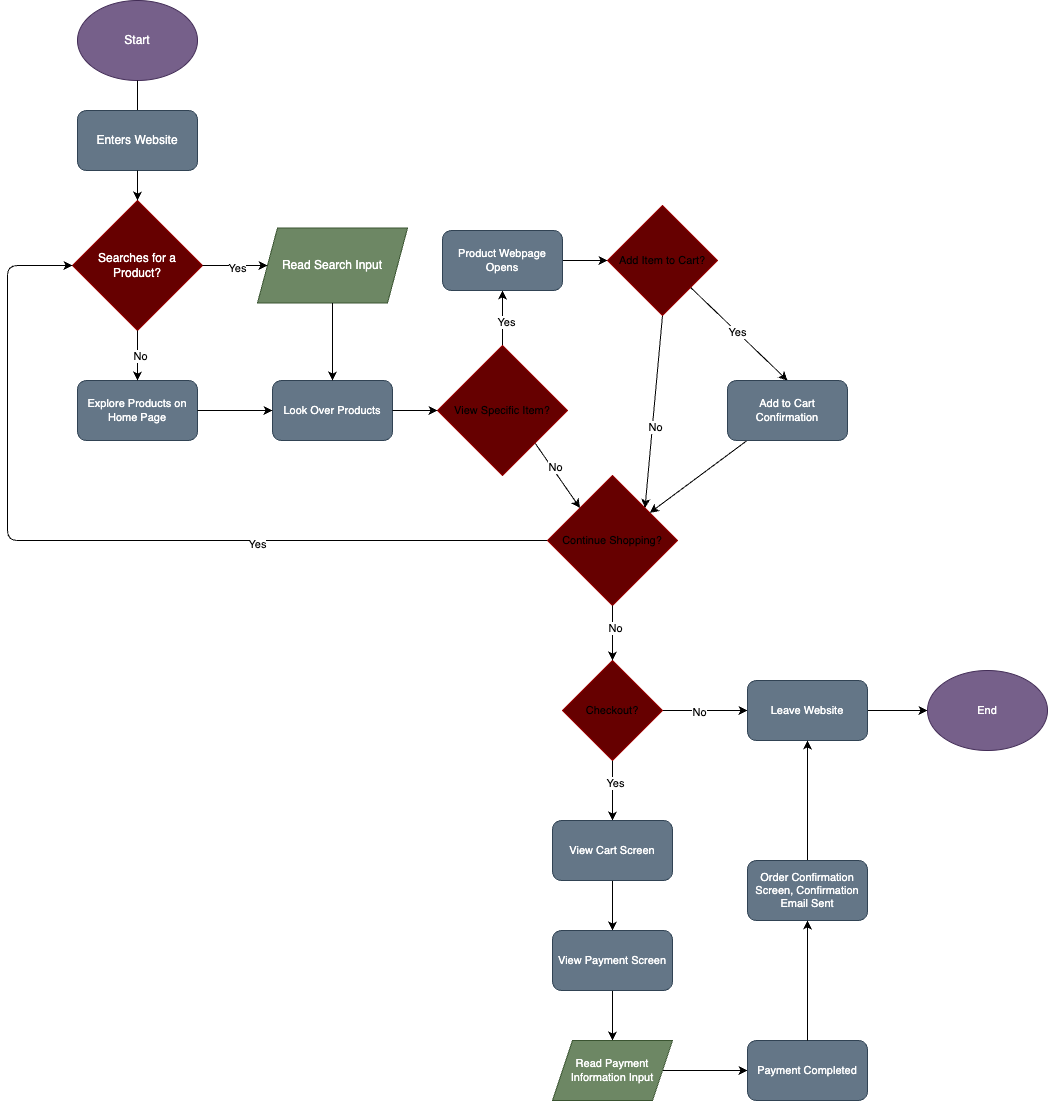
caz002/sp24-cse110-lab4 keeps this draw.io diagram as explore/diagramming/diagram.drawio.png. Above is the earlier version. Source tidied: cells renumbered, new cells last; positions are measured from the earlier drawing's top-left corner, leaving out a move shared by most shapes. Its diagram source:
```xml
<mxGraphModel>
  <root>
    <mxCell id="0" />
    <mxCell id="1" parent="0" />
    <mxCell id="2" value="Start" style="ellipse;whiteSpace=wrap;html=1;fillColor=#76608a;fontColor=#ffffff;strokeColor=#432D57;" parent="1" vertex="1">
      <mxGeometry x="70" width="120" height="80" as="geometry" />
    </mxCell>
    <mxCell id="3" style="endArrow=classic;html=1;exitX=0.5;exitY=1;exitDx=0;exitDy=0;" parent="1" edge="1" source="2">
      <mxGeometry relative="1" as="geometry">
        <mxPoint x="130" y="140" as="targetPoint" />
      </mxGeometry>
    </mxCell>
    <mxCell id="4" value="Enters Website" style="rounded=1;whiteSpace=wrap;html=1;fillColor=#647687;fontColor=#ffffff;strokeColor=#314354;" parent="1" vertex="1">
      <mxGeometry x="70" y="110" width="120" height="60" as="geometry" />
    </mxCell>
    <mxCell id="5" value="Searches for a Product?" style="rhombus;whiteSpace=wrap;html=1;fillColor=#660000;fontColor=#ffffff;strokeColor=#990000;" parent="1" vertex="1">
      <mxGeometry x="65" y="200" width="130" height="130" as="geometry" />
    </mxCell>
    <mxCell id="6" style="endArrow=classic;html=1;entryX=0.5;entryY=0;entryDx=0;entryDy=0;exitX=0.5;exitY=1;exitDx=0;exitDy=0;" parent="1" edge="1" source="4" target="5">
      <mxGeometry relative="1" as="geometry" />
    </mxCell>
    <mxCell id="7" value="Read Search Input" style="shape=parallelogram;perimeter=parallelogramPerimeter;whiteSpace=wrap;html=1;fixedSize=1;strokeColor=#3A5431;fillColor=#6d8764;fontColor=#ffffff;" parent="1" vertex="1">
      <mxGeometry x="250" y="227.5" width="150" height="75" as="geometry" />
    </mxCell>
    <mxCell id="8" style="endArrow=classic;html=1;exitX=1;exitY=0.5;exitDx=0;exitDy=0;entryX=0;entryY=0.5;entryDx=0;entryDy=0;fontSize=11;" parent="1" edge="1" source="5" target="7">
      <mxGeometry relative="1" as="geometry" />
    </mxCell>
    <mxCell id="9" value="Yes" style="edgeLabel;html=1;align=center;verticalAlign=middle;fontSize=11;" parent="8" vertex="1">
      <mxGeometry relative="1" as="geometry">
        <mxPoint x="-2" as="offset" />
      </mxGeometry>
    </mxCell>
    <mxCell id="10" value="Explore Products on Home Page" style="rounded=1;whiteSpace=wrap;html=1;strokeColor=#314354;fontSize=11;fillColor=#647687;fontColor=#ffffff;" parent="1" vertex="1">
      <mxGeometry x="70" y="380" width="120" height="60" as="geometry" />
    </mxCell>
    <mxCell id="11" style="endArrow=classic;html=1;fontSize=11;exitX=0.5;exitY=1;exitDx=0;exitDy=0;entryX=0.5;entryY=0;entryDx=0;entryDy=0;" parent="1" edge="1" source="5" target="10">
      <mxGeometry relative="1" as="geometry" />
    </mxCell>
    <mxCell id="12" value="No" style="edgeLabel;html=1;align=center;verticalAlign=middle;fontSize=11;" parent="11" vertex="1">
      <mxGeometry x="-0.33" relative="1" as="geometry">
        <mxPoint y="3" as="offset" />
      </mxGeometry>
    </mxCell>
    <mxCell id="13" value="Look Over Products" style="rounded=1;whiteSpace=wrap;html=1;strokeColor=#314354;fontSize=11;fillColor=#647687;fontColor=#ffffff;" parent="1" vertex="1">
      <mxGeometry x="265" y="380" width="120" height="60" as="geometry" />
    </mxCell>
    <mxCell id="14" style="endArrow=classic;html=1;fontSize=11;exitX=0.5;exitY=1;exitDx=0;exitDy=0;" parent="1" edge="1" source="7" target="13">
      <mxGeometry relative="1" as="geometry" />
    </mxCell>
    <mxCell id="15" style="endArrow=classic;html=1;fontSize=11;entryX=0;entryY=0.5;entryDx=0;entryDy=0;exitX=1;exitY=0.5;exitDx=0;exitDy=0;" parent="1" edge="1" source="10" target="13">
      <mxGeometry relative="1" as="geometry" />
    </mxCell>
    <mxCell id="16" style="edgeStyle=none;html=1;fontSize=11;exitX=0.5;exitY=0;exitDx=0;exitDy=0;" parent="1" edge="1" source="20">
      <mxGeometry relative="1" as="geometry">
        <mxPoint x="495" y="290" as="targetPoint" />
      </mxGeometry>
    </mxCell>
    <mxCell id="17" value="Yes" style="edgeLabel;html=1;align=center;verticalAlign=middle;fontSize=11;" parent="16" vertex="1">
      <mxGeometry x="-0.08" y="-1" relative="1" as="geometry" />
    </mxCell>
    <mxCell id="18" style="edgeStyle=none;html=1;exitX=1;exitY=1;exitDx=0;exitDy=0;entryX=0;entryY=0;entryDx=0;entryDy=0;fontSize=11;" parent="1" edge="1" source="20" target="31">
      <mxGeometry relative="1" as="geometry" />
    </mxCell>
    <mxCell id="19" value="No" style="edgeLabel;html=1;align=center;verticalAlign=middle;fontSize=11;" parent="18" vertex="1">
      <mxGeometry x="-0.29" y="2" relative="1" as="geometry" />
    </mxCell>
    <mxCell id="20" value="View Specific Item?" style="rhombus;whiteSpace=wrap;html=1;strokeColor=#990000;fontSize=11;fillColor=#660000;" parent="1" vertex="1">
      <mxGeometry x="430" y="345" width="130" height="130" as="geometry" />
    </mxCell>
    <mxCell id="21" style="endArrow=classic;html=1;fontSize=11;entryX=0;entryY=0.5;entryDx=0;entryDy=0;exitX=1;exitY=0.5;exitDx=0;exitDy=0;" parent="1" edge="1" source="13" target="20">
      <mxGeometry relative="1" as="geometry" />
    </mxCell>
    <mxCell id="22" style="edgeStyle=none;html=1;exitX=1;exitY=0.5;exitDx=0;exitDy=0;entryX=0;entryY=0.5;entryDx=0;entryDy=0;fontSize=11;" parent="1" edge="1" source="23" target="28">
      <mxGeometry relative="1" as="geometry" />
    </mxCell>
    <mxCell id="23" value="Product Webpage Opens" style="rounded=1;whiteSpace=wrap;html=1;strokeColor=#314354;fontSize=11;fillColor=#647687;fontColor=#ffffff;" parent="1" vertex="1">
      <mxGeometry x="435" y="230" width="120" height="60" as="geometry" />
    </mxCell>
    <mxCell id="24" style="edgeStyle=none;html=1;exitX=0.5;exitY=1;exitDx=0;exitDy=0;entryX=1;entryY=0;entryDx=0;entryDy=0;fontSize=11;" parent="1" edge="1" source="28" target="31">
      <mxGeometry relative="1" as="geometry" />
    </mxCell>
    <mxCell id="25" value="No" style="edgeLabel;html=1;align=center;verticalAlign=middle;fontSize=11;" parent="24" vertex="1">
      <mxGeometry x="0.31" y="1" relative="1" as="geometry">
        <mxPoint y="-18" as="offset" />
      </mxGeometry>
    </mxCell>
    <mxCell id="26" style="edgeStyle=none;html=1;entryX=0.5;entryY=0;entryDx=0;entryDy=0;fontSize=11;" parent="1" edge="1" source="28" target="33">
      <mxGeometry relative="1" as="geometry" />
    </mxCell>
    <mxCell id="27" value="Yes" style="edgeLabel;html=1;align=center;verticalAlign=middle;fontSize=11;" parent="26" vertex="1">
      <mxGeometry x="-0.11" relative="1" as="geometry" />
    </mxCell>
    <mxCell id="28" value="Add Item to Cart?" style="rhombus;whiteSpace=wrap;html=1;strokeColor=#990000;fontSize=11;fillColor=#660000;" parent="1" vertex="1">
      <mxGeometry x="600" y="205" width="110" height="110" as="geometry" />
    </mxCell>
    <mxCell id="29" style="edgeStyle=none;html=1;entryX=0;entryY=0.5;entryDx=0;entryDy=0;fontSize=11;" parent="1" edge="1" source="31" target="5">
      <mxGeometry relative="1" as="geometry">
        <Array as="points">
          <mxPoint y="540" />
          <mxPoint y="265" />
        </Array>
      </mxGeometry>
    </mxCell>
    <mxCell id="30" value="Yes" style="edgeLabel;html=1;align=center;verticalAlign=middle;fontSize=11;" parent="29" vertex="1">
      <mxGeometry x="-0.33" y="1" relative="1" as="geometry" />
    </mxCell>
    <mxCell id="31" value="Continue Shopping?" style="rhombus;whiteSpace=wrap;html=1;strokeColor=#990000;fontSize=11;fillColor=#660000;" parent="1" vertex="1">
      <mxGeometry x="540" y="475" width="130" height="130" as="geometry" />
    </mxCell>
    <mxCell id="32" style="edgeStyle=none;html=1;fontSize=11;" parent="1" edge="1" source="33" target="31">
      <mxGeometry relative="1" as="geometry" />
    </mxCell>
    <mxCell id="33" value="Add to Cart Confirmation" style="rounded=1;whiteSpace=wrap;html=1;strokeColor=#314354;fontSize=11;fillColor=#647687;fontColor=#ffffff;" parent="1" vertex="1">
      <mxGeometry x="720" y="380" width="120" height="60" as="geometry" />
    </mxCell>
    <mxCell id="34" style="edgeStyle=none;html=1;exitX=1;exitY=0.5;exitDx=0;exitDy=0;fontSize=11;" parent="1" edge="1" source="38" target="42">
      <mxGeometry relative="1" as="geometry" />
    </mxCell>
    <mxCell id="35" value="No" style="edgeLabel;html=1;align=center;verticalAlign=middle;fontSize=11;" parent="34" vertex="1">
      <mxGeometry x="-0.19" y="1" relative="1" as="geometry" />
    </mxCell>
    <mxCell id="36" style="edgeStyle=none;html=1;entryX=0.5;entryY=0;entryDx=0;entryDy=0;fontSize=11;" parent="1" edge="1" source="38" target="45">
      <mxGeometry relative="1" as="geometry" />
    </mxCell>
    <mxCell id="37" value="Yes" style="edgeLabel;html=1;align=center;verticalAlign=middle;fontSize=11;" parent="36" vertex="1">
      <mxGeometry x="-0.33" y="-2" relative="1" as="geometry">
        <mxPoint x="2" as="offset" />
      </mxGeometry>
    </mxCell>
    <mxCell id="38" value="Checkout?" style="rhombus;whiteSpace=wrap;html=1;strokeColor=#990000;fontSize=11;fillColor=#660000;" parent="1" vertex="1">
      <mxGeometry x="555" y="660" width="100" height="100" as="geometry" />
    </mxCell>
    <mxCell id="39" style="endArrow=classic;html=1;fontSize=11;exitX=0.5;exitY=1;exitDx=0;exitDy=0;" parent="1" edge="1" source="31" target="38">
      <mxGeometry relative="1" as="geometry" />
    </mxCell>
    <mxCell id="40" value="No" style="edgeLabel;html=1;align=center;verticalAlign=middle;fontSize=11;" parent="39" vertex="1">
      <mxGeometry x="-0.19" relative="1" as="geometry" />
    </mxCell>
    <mxCell id="41" style="edgeStyle=none;html=1;fontSize=11;" parent="1" edge="1" source="42" target="43">
      <mxGeometry relative="1" as="geometry" />
    </mxCell>
    <mxCell id="42" value="Leave Website" style="rounded=1;whiteSpace=wrap;html=1;strokeColor=#314354;fontSize=11;fillColor=#647687;fontColor=#ffffff;" parent="1" vertex="1">
      <mxGeometry x="740" y="680" width="120" height="60" as="geometry" />
    </mxCell>
    <mxCell id="43" value="End" style="ellipse;whiteSpace=wrap;html=1;strokeColor=#432D57;fontSize=11;fillColor=#76608a;fontColor=#ffffff;" parent="1" vertex="1">
      <mxGeometry x="920" y="670" width="120" height="80" as="geometry" />
    </mxCell>
    <mxCell id="44" style="edgeStyle=none;html=1;exitX=0.5;exitY=1;exitDx=0;exitDy=0;entryX=0.5;entryY=0;entryDx=0;entryDy=0;fontSize=11;" parent="1" edge="1" source="45" target="47">
      <mxGeometry relative="1" as="geometry" />
    </mxCell>
    <mxCell id="45" value="View Cart Screen" style="rounded=1;whiteSpace=wrap;html=1;strokeColor=#314354;fontSize=11;fillColor=#647687;fontColor=#ffffff;" parent="1" vertex="1">
      <mxGeometry x="545" y="820" width="120" height="60" as="geometry" />
    </mxCell>
    <mxCell id="46" style="edgeStyle=none;html=1;fontSize=11;" parent="1" edge="1" source="47" target="49">
      <mxGeometry relative="1" as="geometry" />
    </mxCell>
    <mxCell id="47" value="View Payment Screen" style="rounded=1;whiteSpace=wrap;html=1;strokeColor=#314354;fontSize=11;fillColor=#647687;fontColor=#ffffff;" parent="1" vertex="1">
      <mxGeometry x="545" y="930" width="120" height="60" as="geometry" />
    </mxCell>
    <mxCell id="48" style="edgeStyle=none;html=1;fontSize=11;" parent="1" edge="1" source="49" target="50">
      <mxGeometry relative="1" as="geometry" />
    </mxCell>
    <mxCell id="49" value="Read Payment Information Input" style="shape=parallelogram;perimeter=parallelogramPerimeter;whiteSpace=wrap;html=1;fixedSize=1;strokeColor=#3A5431;fontSize=11;fillColor=#6d8764;fontColor=#ffffff;" parent="1" vertex="1">
      <mxGeometry x="545" y="1040" width="120" height="60" as="geometry" />
    </mxCell>
    <mxCell id="50" value="Payment Completed" style="rounded=1;whiteSpace=wrap;html=1;strokeColor=#314354;fontSize=11;fillColor=#647687;fontColor=#ffffff;" parent="1" vertex="1">
      <mxGeometry x="740" y="1040" width="120" height="60" as="geometry" />
    </mxCell>
    <mxCell id="51" style="edgeStyle=none;html=1;exitX=0.5;exitY=0;exitDx=0;exitDy=0;entryX=0.5;entryY=1;entryDx=0;entryDy=0;fontSize=11;" parent="1" edge="1" source="52" target="42">
      <mxGeometry relative="1" as="geometry" />
    </mxCell>
    <mxCell id="52" value="Order Confirmation Screen, Confirmation Email Sent" style="rounded=1;whiteSpace=wrap;html=1;strokeColor=#314354;fontSize=11;fillColor=#647687;fontColor=#ffffff;" parent="1" vertex="1">
      <mxGeometry x="740" y="860" width="120" height="60" as="geometry" />
    </mxCell>
    <mxCell id="53" style="endArrow=classic;html=1;fontSize=11;entryX=0.5;entryY=1;entryDx=0;entryDy=0;" parent="1" edge="1" source="50" target="52">
      <mxGeometry relative="1" as="geometry" />
    </mxCell>
  </root>
</mxGraphModel>
```
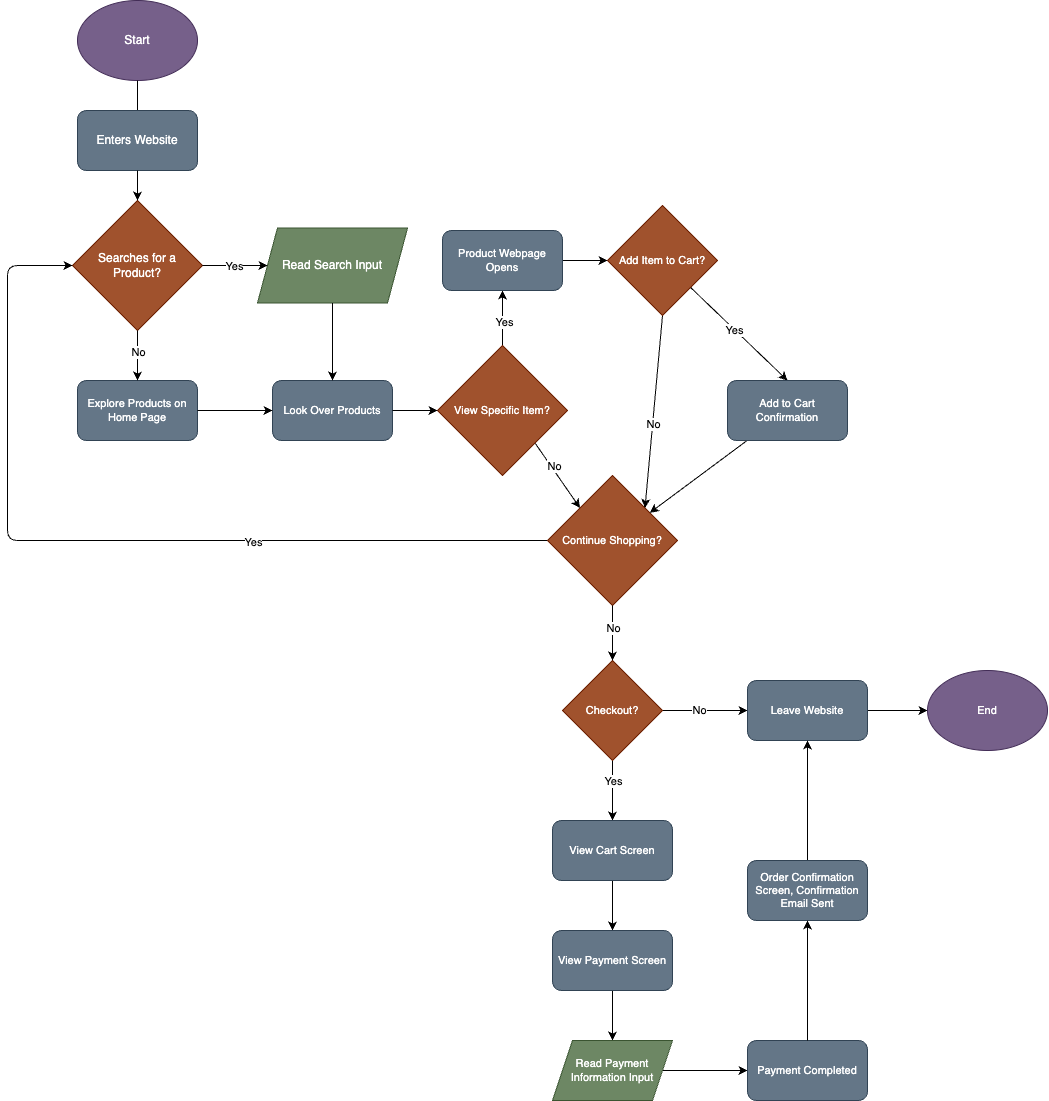
After the commit.

Commit message:
improved color readability on diagram

Change to the diagram source:
```diff
@@ -13,7 +13,7 @@
     <mxCell id="4" value="Enters Website" style="rounded=1;whiteSpace=wrap;html=1;fillColor=#647687;fontColor=#ffffff;strokeColor=#314354;" parent="1" vertex="1">
       <mxGeometry x="70" y="110" width="120" height="60" as="geometry" />
     </mxCell>
-    <mxCell id="5" value="Searches for a Product?" style="rhombus;whiteSpace=wrap;html=1;fillColor=#660000;fontColor=#ffffff;strokeColor=#990000;" parent="1" vertex="1">
+    <mxCell id="5" value="Searches for a Product?" style="rhombus;whiteSpace=wrap;html=1;fillColor=#a0522d;fontColor=#ffffff;strokeColor=#6D1F00;" parent="1" vertex="1">
       <mxGeometry x="65" y="200" width="130" height="130" as="geometry" />
     </mxCell>
     <mxCell id="6" style="endArrow=classic;html=1;entryX=0.5;entryY=0;entryDx=0;entryDy=0;exitX=0.5;exitY=1;exitDx=0;exitDy=0;" parent="1" edge="1" source="4" target="5">
@@ -64,7 +64,7 @@
     <mxCell id="19" value="No" style="edgeLabel;html=1;align=center;verticalAlign=middle;fontSize=11;" parent="18" vertex="1">
       <mxGeometry x="-0.29" y="2" relative="1" as="geometry" />
     </mxCell>
-    <mxCell id="20" value="View Specific Item?" style="rhombus;whiteSpace=wrap;html=1;strokeColor=#990000;fontSize=11;fillColor=#660000;" parent="1" vertex="1">
+    <mxCell id="20" value="View Specific Item?" style="rhombus;whiteSpace=wrap;html=1;strokeColor=#6D1F00;fontSize=11;fillColor=#a0522d;fontColor=#ffffff;" parent="1" vertex="1">
       <mxGeometry x="430" y="345" width="130" height="130" as="geometry" />
     </mxCell>
     <mxCell id="21" style="endArrow=classic;html=1;fontSize=11;entryX=0;entryY=0.5;entryDx=0;entryDy=0;exitX=1;exitY=0.5;exitDx=0;exitDy=0;" parent="1" edge="1" source="13" target="20">
@@ -90,7 +90,7 @@
     <mxCell id="27" value="Yes" style="edgeLabel;html=1;align=center;verticalAlign=middle;fontSize=11;" parent="26" vertex="1">
       <mxGeometry x="-0.11" relative="1" as="geometry" />
     </mxCell>
-    <mxCell id="28" value="Add Item to Cart?" style="rhombus;whiteSpace=wrap;html=1;strokeColor=#990000;fontSize=11;fillColor=#660000;" parent="1" vertex="1">
+    <mxCell id="28" value="Add Item to Cart?" style="rhombus;whiteSpace=wrap;html=1;strokeColor=#6D1F00;fontSize=11;fillColor=#a0522d;fontColor=#ffffff;" parent="1" vertex="1">
       <mxGeometry x="600" y="205" width="110" height="110" as="geometry" />
     </mxCell>
     <mxCell id="29" style="edgeStyle=none;html=1;entryX=0;entryY=0.5;entryDx=0;entryDy=0;fontSize=11;" parent="1" edge="1" source="31" target="5">
@@ -104,7 +104,7 @@
     <mxCell id="30" value="Yes" style="edgeLabel;html=1;align=center;verticalAlign=middle;fontSize=11;" parent="29" vertex="1">
       <mxGeometry x="-0.33" y="1" relative="1" as="geometry" />
     </mxCell>
-    <mxCell id="31" value="Continue Shopping?" style="rhombus;whiteSpace=wrap;html=1;strokeColor=#990000;fontSize=11;fillColor=#660000;" parent="1" vertex="1">
+    <mxCell id="31" value="Continue Shopping?" style="rhombus;whiteSpace=wrap;html=1;strokeColor=#6D1F00;fontSize=11;fillColor=#a0522d;fontColor=#ffffff;" parent="1" vertex="1">
       <mxGeometry x="540" y="475" width="130" height="130" as="geometry" />
     </mxCell>
     <mxCell id="32" style="edgeStyle=none;html=1;fontSize=11;" parent="1" edge="1" source="33" target="31">
@@ -127,7 +127,7 @@
         <mxPoint x="2" as="offset" />
       </mxGeometry>
     </mxCell>
-    <mxCell id="38" value="Checkout?" style="rhombus;whiteSpace=wrap;html=1;strokeColor=#990000;fontSize=11;fillColor=#660000;" parent="1" vertex="1">
+    <mxCell id="38" value="Checkout?" style="rhombus;whiteSpace=wrap;html=1;strokeColor=#6D1F00;fontSize=11;fillColor=#a0522d;fontColor=#ffffff;" parent="1" vertex="1">
       <mxGeometry x="555" y="660" width="100" height="100" as="geometry" />
     </mxCell>
     <mxCell id="39" style="endArrow=classic;html=1;fontSize=11;exitX=0.5;exitY=1;exitDx=0;exitDy=0;" parent="1" edge="1" source="31" target="38">
```
